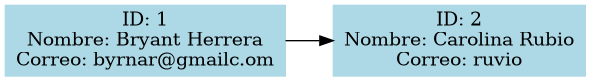
Before: usuarios.png, a diagram exported from Graphviz (bryanthr6/-EDD-1S2025_201701010). Its source is kept beside it as usuarios.dot.
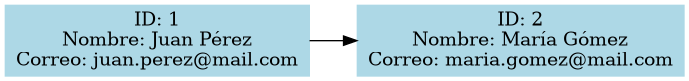
After the commit.

The edit, as a diff of the source:
```diff
@@ -1,7 +1,7 @@
 digraph G {
     rankdir=LR;
   node [shape=box, style=filled, color=lightblue];
-"1" [label="ID: 1\nNombre: Bryant Herrera\nCorreo: byrnar@gmailc.om"]
+"1" [label="ID: 1\nNombre: Juan Pérez\nCorreo: juan.perez@mail.com"]
 "1" -> "2";
-"2" [label="ID: 2\nNombre: Carolina Rubio\nCorreo: ruvio"]
+"2" [label="ID: 2\nNombre: María Gómez\nCorreo: maria.gomez@mail.com"]
 }
```
